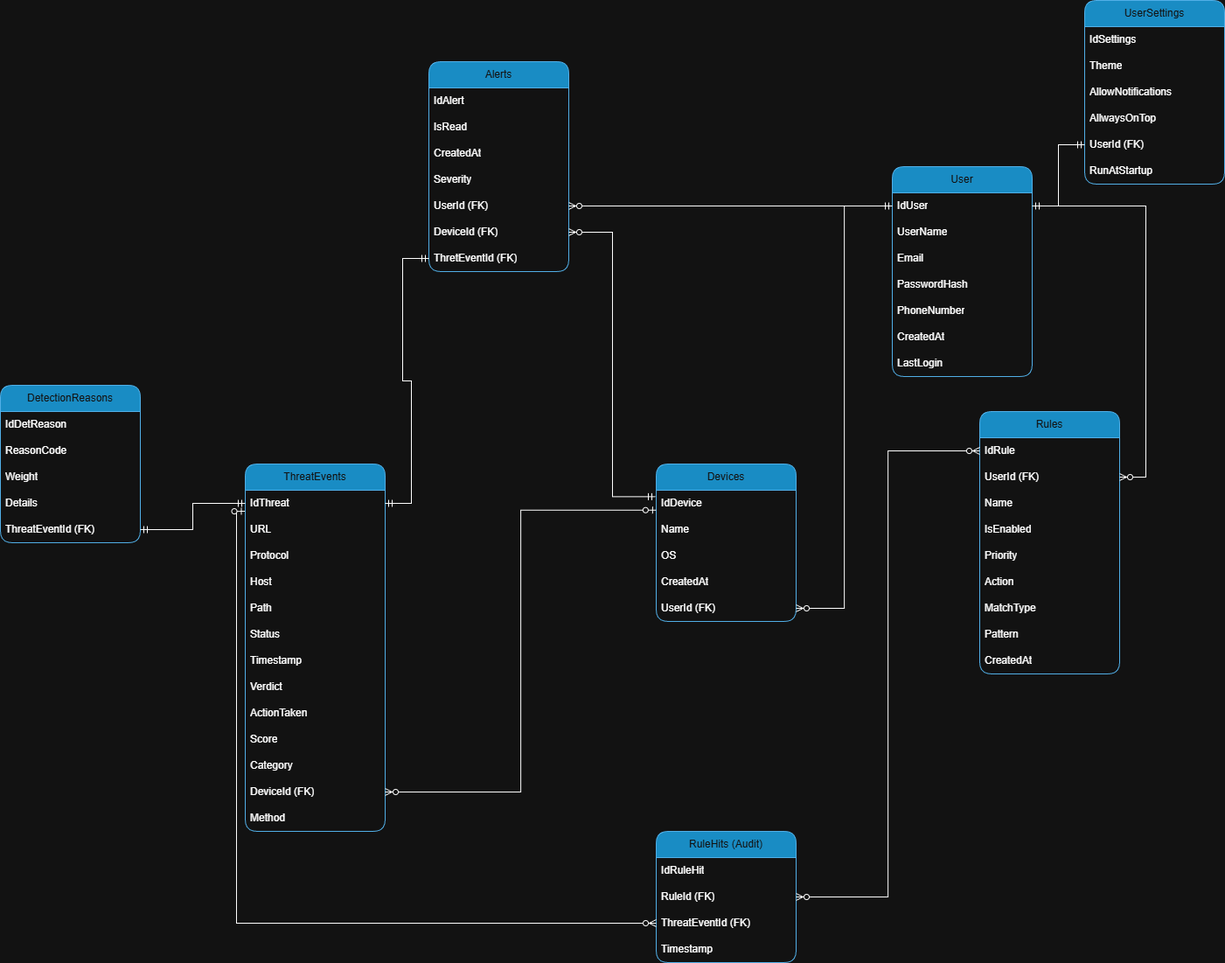
Above: DOCS/Database/SweebAppDBSchema.png in CprALin/SweebApp (draw.io), before the change. Source tidied: cells renumbered, new cells last; positions are measured from the earlier drawing's top-left corner, leaving out a move shared by most shapes.
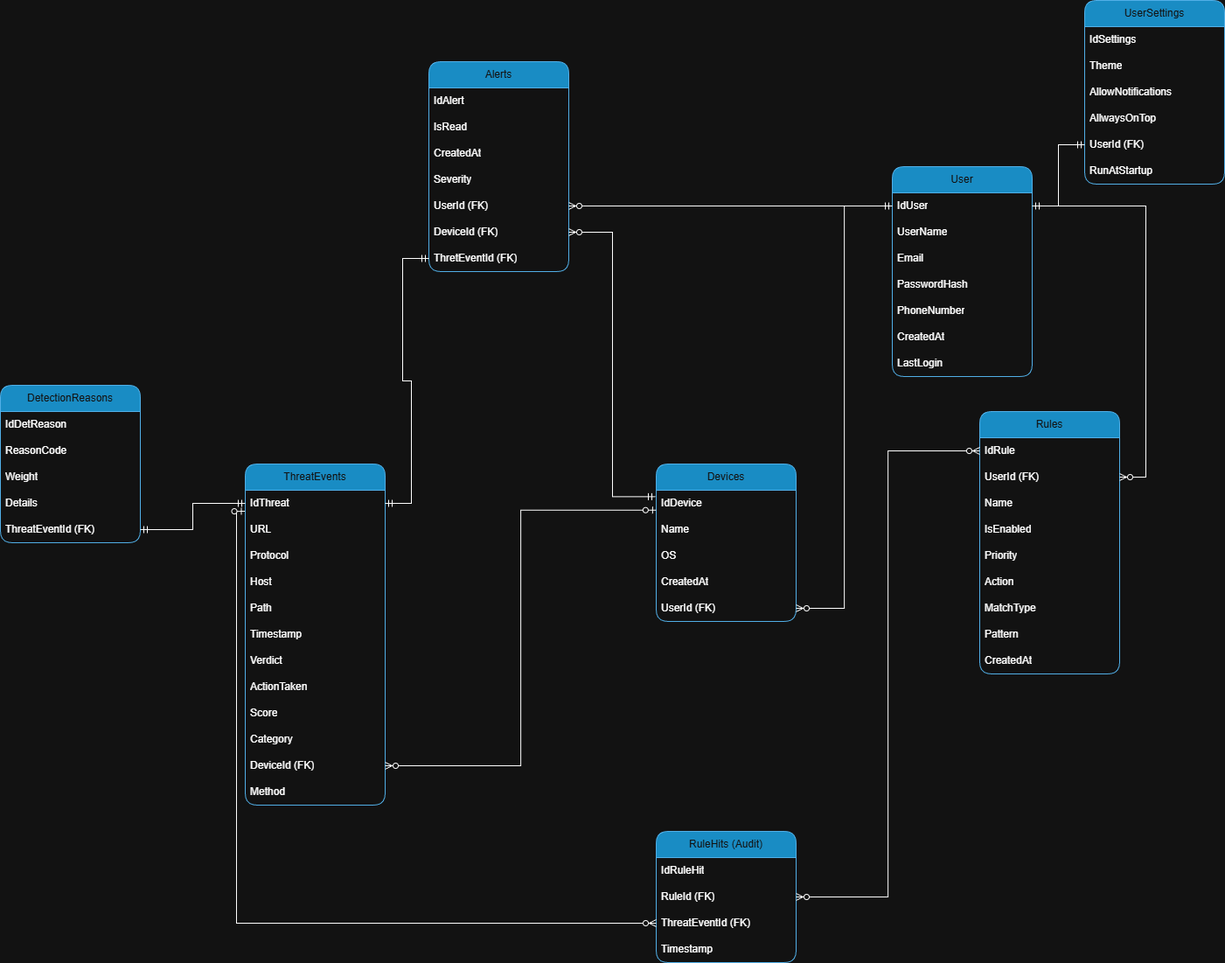
Above is the later version.

Commit message:
# Updated documentaion for Database

Change to the diagram source:
```diff
@@ -48,7 +48,7 @@
       <mxGeometry y="180" width="160" height="30" as="geometry" />
     </mxCell>
     <mxCell id="17" value="ThreatEvents" style="swimlane;fontStyle=0;horizontal=1;startSize=30;whiteSpace=wrap;html=1;rounded=1;fillColor=#1ba1e2;fontColor=#ffffff;strokeColor=#006EAF;" parent="1" vertex="1">
-      <mxGeometry x="280" y="530" width="160" height="420" as="geometry" />
+      <mxGeometry x="280" y="530" width="160" height="390" as="geometry" />
     </mxCell>
     <mxCell id="18" value="IdThreat" style="text;strokeColor=none;fillColor=none;align=left;verticalAlign=middle;spacingLeft=4;spacingRight=4;overflow=hidden;points=[[0,0.5],[1,0.5]];portConstraint=eastwest;whiteSpace=wrap;html=1;" parent="17" vertex="1">
       <mxGeometry y="30" width="160" height="30" as="geometry" />
@@ -65,29 +65,26 @@
     <mxCell id="22" value="Path" style="text;strokeColor=none;fillColor=none;align=left;verticalAlign=middle;spacingLeft=4;spacingRight=4;overflow=hidden;whiteSpace=wrap;html=1;" parent="17" vertex="1">
       <mxGeometry y="150" width="160" height="30" as="geometry" />
     </mxCell>
-    <mxCell id="23" value="Status" style="text;strokeColor=none;fillColor=none;align=left;verticalAlign=middle;spacingLeft=4;spacingRight=4;overflow=hidden;whiteSpace=wrap;html=1;" parent="17" vertex="1">
-      <mxGeometry y="180" width="160" height="30" as="geometry" />
-    </mxCell>
     <mxCell id="24" value="Timestamp" style="text;strokeColor=none;fillColor=none;align=left;verticalAlign=middle;spacingLeft=4;spacingRight=4;overflow=hidden;whiteSpace=wrap;html=1;" parent="17" vertex="1">
-      <mxGeometry y="210" width="160" height="30" as="geometry" />
+      <mxGeometry y="180" width="160" height="30" as="geometry" />
     </mxCell>
     <mxCell id="25" value="Verdict" style="text;strokeColor=none;fillColor=none;align=left;verticalAlign=middle;spacingLeft=4;spacingRight=4;overflow=hidden;whiteSpace=wrap;html=1;" parent="17" vertex="1">
-      <mxGeometry y="240" width="160" height="30" as="geometry" />
+      <mxGeometry y="210" width="160" height="30" as="geometry" />
     </mxCell>
     <mxCell id="26" value="ActionTaken" style="text;strokeColor=none;fillColor=none;align=left;verticalAlign=middle;spacingLeft=4;spacingRight=4;overflow=hidden;whiteSpace=wrap;html=1;" parent="17" vertex="1">
-      <mxGeometry y="270" width="160" height="30" as="geometry" />
+      <mxGeometry y="240" width="160" height="30" as="geometry" />
     </mxCell>
     <mxCell id="27" value="Score" style="text;strokeColor=none;fillColor=none;align=left;verticalAlign=middle;spacingLeft=4;spacingRight=4;overflow=hidden;whiteSpace=wrap;html=1;" parent="17" vertex="1">
-      <mxGeometry y="300" width="160" height="30" as="geometry" />
+      <mxGeometry y="270" width="160" height="30" as="geometry" />
     </mxCell>
     <mxCell id="28" value="Category" style="text;strokeColor=none;fillColor=none;align=left;verticalAlign=middle;spacingLeft=4;spacingRight=4;overflow=hidden;whiteSpace=wrap;html=1;" parent="17" vertex="1">
-      <mxGeometry y="330" width="160" height="30" as="geometry" />
+      <mxGeometry y="300" width="160" height="30" as="geometry" />
     </mxCell>
     <mxCell id="29" value="DeviceId (FK)" style="text;strokeColor=none;fillColor=none;align=left;verticalAlign=middle;spacingLeft=4;spacingRight=4;overflow=hidden;points=[[0,0.5],[1,0.5]];portConstraint=eastwest;whiteSpace=wrap;html=1;" parent="17" vertex="1">
-      <mxGeometry y="360" width="160" height="30" as="geometry" />
+      <mxGeometry y="330" width="160" height="30" as="geometry" />
     </mxCell>
     <mxCell id="30" value="Method" style="text;strokeColor=none;fillColor=none;align=left;verticalAlign=middle;spacingLeft=4;spacingRight=4;overflow=hidden;whiteSpace=wrap;html=1;" parent="17" vertex="1">
-      <mxGeometry y="390" width="160" height="30" as="geometry" />
+      <mxGeometry y="360" width="160" height="30" as="geometry" />
     </mxCell>
     <mxCell id="31" value="Devices" style="swimlane;fontStyle=0;horizontal=1;startSize=30;whiteSpace=wrap;html=1;rounded=1;fillColor=#1ba1e2;fontColor=#ffffff;strokeColor=#006EAF;" parent="1" vertex="1">
       <mxGeometry x="750" y="530" width="160" height="180" as="geometry" />
```
